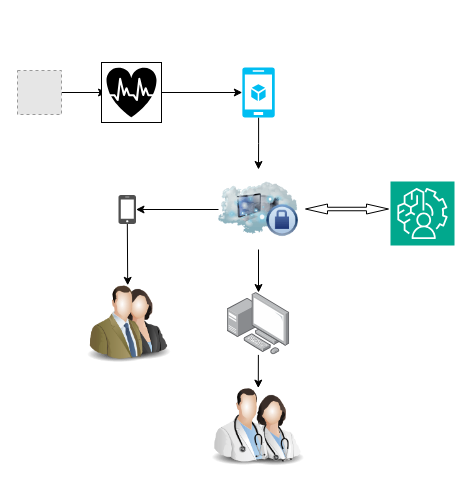
Earlier version of the draw.io diagram postgraduation/23sensor.drawio (Thesoul20/daily-work). Source tidied: cells renumbered, new cells numbered last; positions are measured from the earlier drawing's top-left corner, leaving out a move shared by most shapes. Both pictures are drawn from the tidied source at 100%, with x=0, y=0 at pixel (17, 62). Pictures stored in the file or linked from it are replaced by grey dashed boxes.
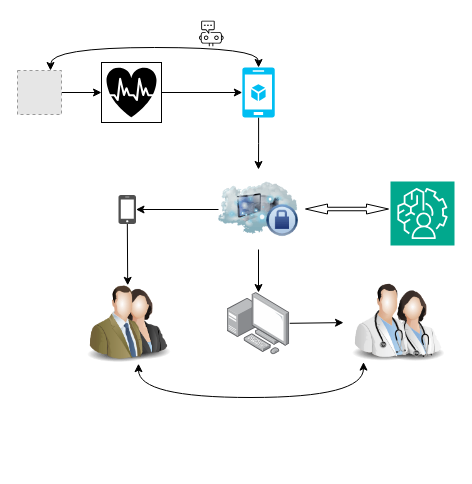
After the change.

Commit message:
add the recycle of input and families and doctors

The change refers to these unchanged cells:
```xml
<mxCell id="3" style="fillColor=#E6E6E6;strokeColor=#999999;dashed=1;html=1;verticalAlign=top;verticalLabelPosition=bottom;labelBackgroundColor=#ffffff;" parent="1" vertex="1">
  <mxGeometry y="8" width="44" height="44" as="geometry" />
</mxCell>
<mxCell id="9" style="image;points=[];html=1;align=center;shadow=0;dashed=0;image=img/lib/allied_telesis/computer_and_terminals/Personal_Computer_with_Server.svg;" parent="1" vertex="1">
  <mxGeometry x="209.8" y="230" width="62.4" height="62.4" as="geometry" />
</mxCell>
<mxCell id="11" style="verticalLabelPosition=bottom;html=1;verticalAlign=top;align=center;strokeColor=none;fillColor=#00BEF2;shape=mxgraph.azure.mobile_services;" parent="1" vertex="1">
  <mxGeometry x="224.8" y="5" width="32.5" height="50" as="geometry" />
</mxCell>
<mxCell id="13" style="whiteSpace=wrap;html=1;" parent="12" vertex="1">
  <mxGeometry width="60" height="60" as="geometry" />
</mxCell>
<mxCell id="14" value="&lt;br&gt;" style="shape=mxgraph.signs.healthcare.cardiology;html=1;fillColor=#000000;strokeColor=none;verticalLabelPosition=bottom;verticalAlign=top;align=center;sketch=0;textOpacity=80;fillOpacity=100;strokeOpacity=80;" parent="12" vertex="1">
  <mxGeometry x="5" y="5.2" width="50" height="49.5" as="geometry" />
</mxCell>
<mxCell id="19" style="image;html=1;image=img/lib/clip_art/people/Suit_Man_Green_128x128.png;" parent="17" vertex="1">
  <mxGeometry y="3.2" width="80" height="80" as="geometry" />
</mxCell>
<mxCell id="23" style="image;html=1;image=img/lib/clip_art/people/Doctor_Man_128x128.png;" parent="21" vertex="1">
  <mxGeometry width="80" height="80" as="geometry" />
</mxCell>
```

Change to the diagram source:
```diff
@@
-    <mxCell id="2" style="edgeStyle=orthogonalEdgeStyle;rounded=0;jettySize=auto;html=1;" parent="1" edge="1" source="3" target="14">
-      <mxGeometry relative="1" as="geometry" />
-    </mxCell>
+    <mxCell id="25" style="sketch=0;dashed=0;verticalLabelPosition=bottom;verticalAlign=top;align=center;html=1;fontSize=12;fontStyle=0;shape=mxgraph.aws4.resourceIcon;resIcon=mxgraph.aws4.chatbot;" parent="1" vertex="1">
+      <mxGeometry x="177.8" y="-45" width="32" height="32" as="geometry" />
+    </mxCell>
+    <mxCell id="26" style="edgeStyle=orthogonalEdgeStyle;rounded=0;jettySize=auto;html=1;exitX=1;exitY=0.5;exitDx=0;exitDy=0;entryX=0;entryY=0.5;entryDx=0;entryDy=0;" parent="1" edge="1" source="3" target="13">
+      <mxGeometry relative="1" as="geometry" />
+    </mxCell>
@@
+    <mxCell id="24" style="edgeStyle=none;rounded=0;jettySize=auto;html=1;elbow=vertical;" parent="1" edge="1" source="9" target="23">
+      <mxGeometry relative="1" as="geometry" />
+    </mxCell>
@@
+    <mxCell id="27" style="edgeStyle=orthogonalEdgeStyle;curved=1;rounded=0;jettySize=auto;html=1;exitX=0.5;exitY=0;exitDx=0;exitDy=0;exitPerimeter=0;entryX=0.75;entryY=0;entryDx=0;entryDy=0;elbow=vertical;startArrow=classic;startFill=1;" parent="1" edge="1" source="11" target="3">
+      <mxGeometry relative="1" as="geometry" />
+    </mxCell>
@@
     <mxCell id="21" style="group;" parent="1" vertex="1">
-      <mxGeometry x="185.5" y="324" width="111" height="80" as="geometry" />
+      <mxGeometry x="326" y="219.6" width="111" height="80" as="geometry" />
     </mxCell>
@@
-    <mxCell id="24" style="endArrow=classic;html=1;rounded=0;entryX=0.691;entryY=0.02;entryDx=0;entryDy=0;entryPerimeter=0;" parent="1" edge="1" source="9" target="23">
-      <mxGeometry relative="1" as="geometry" />
-    </mxCell>
+    <mxCell id="28" style="edgeStyle=orthogonalEdgeStyle;curved=1;rounded=0;jettySize=auto;html=1;exitX=0.75;exitY=1;exitDx=0;exitDy=0;entryX=0.25;entryY=1;entryDx=0;entryDy=0;elbow=vertical;endArrow=classic;endFill=1;startArrow=classic;startFill=1;" parent="1" edge="1" source="19" target="23">
+      <mxGeometry relative="1" as="geometry">
+        <Array as="points">
+          <mxPoint x="121" y="335" />
+          <mxPoint x="346" y="335" />
+        </Array>
+      </mxGeometry>
+    </mxCell>
```
